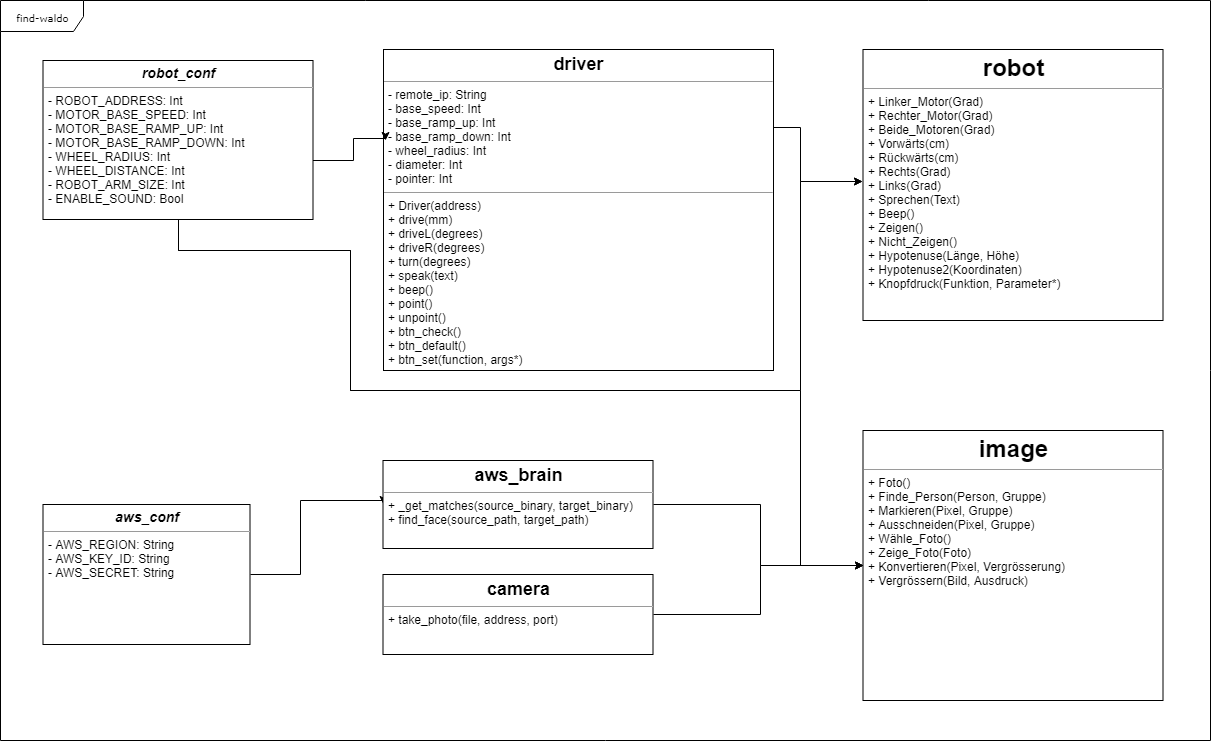
Before: docs/uml.png, a diagram exported from draw.io (clragon/find-waldo). Source tidied: cells renumbered, new cells last; positions are measured from the earlier drawing's top-left corner, leaving out a move shared by most shapes.
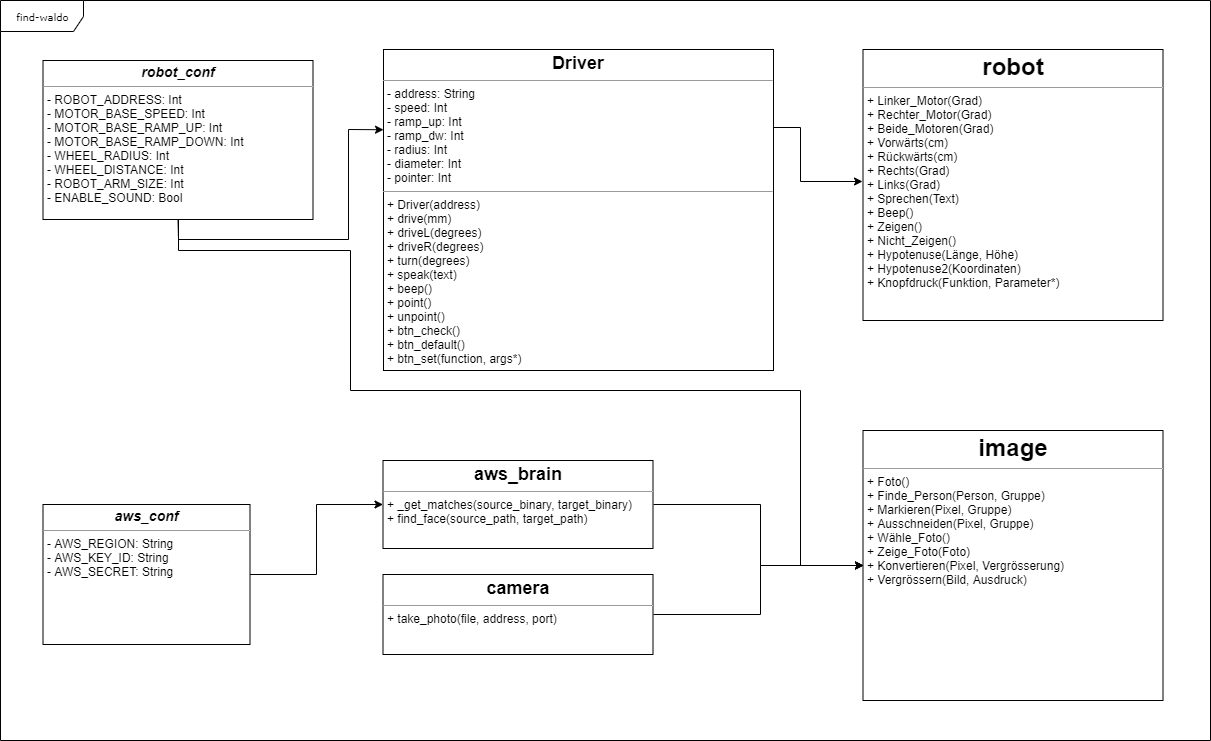
The same diagram one commit later.

What changed in the source:
```diff
@@ -19,14 +19,8 @@
     <mxCell id="5" value="&lt;h2 style=&quot;margin: 0px ; margin-top: 4px ; text-align: center&quot;&gt;&lt;b&gt;camera&lt;/b&gt;&lt;/h2&gt;&lt;hr size=&quot;1&quot;&gt;&lt;p style=&quot;margin: 0px ; margin-left: 4px&quot;&gt;+ take_photo(file, address, port)&lt;br&gt;&lt;/p&gt;" style="verticalAlign=top;align=left;overflow=fill;fontSize=12;fontFamily=Helvetica;html=1;rounded=0;shadow=0;comic=0;labelBackgroundColor=none;strokeColor=#000000;strokeWidth=1;fillColor=#ffffff;" parent="1" vertex="1">
       <mxGeometry x="382.5" y="574" width="270" height="80" as="geometry" />
     </mxCell>
-    <mxCell id="6" style="edgeStyle=orthogonalEdgeStyle;rounded=0;jettySize=auto;html=1;exitX=1;exitY=0.5;exitDx=0;exitDy=0;entryX=0;entryY=0.5;entryDx=0;entryDy=0;" parent="1" edge="1" source="7" target="9">
-      <mxGeometry relative="1" as="geometry">
-        <Array as="points">
-          <mxPoint x="300" y="574" />
-          <mxPoint x="300" y="500" />
-          <mxPoint x="383" y="500" />
-        </Array>
-      </mxGeometry>
+    <mxCell id="6" style="edgeStyle=orthogonalEdgeStyle;rounded=0;jettySize=auto;html=1;entryX=0;entryY=0.5;entryDx=0;entryDy=0;" parent="1" edge="1" source="7" target="9">
+      <mxGeometry relative="1" as="geometry" />
     </mxCell>
     <mxCell id="7" value="&lt;h3 style=&quot;margin: 0px ; margin-top: 4px ; text-align: center&quot;&gt;&lt;i&gt;&lt;b&gt;aws_conf&lt;/b&gt;&lt;/i&gt;&lt;/h3&gt;&lt;hr size=&quot;1&quot;&gt;&lt;p style=&quot;margin: 0px ; margin-left: 4px&quot;&gt;- AWS_REGION: String&lt;/p&gt;&lt;p style=&quot;margin: 0px ; margin-left: 4px&quot;&gt;- AWS_KEY_ID: String&lt;/p&gt;&lt;p style=&quot;margin: 0px ; margin-left: 4px&quot;&gt;- AWS_SECRET: String&lt;/p&gt;&lt;p style=&quot;margin: 0px ; margin-left: 4px&quot;&gt;&lt;br&gt;&lt;/p&gt;" style="verticalAlign=top;align=left;overflow=fill;fontSize=12;fontFamily=Helvetica;html=1;rounded=0;shadow=0;comic=0;labelBackgroundColor=none;strokeColor=#000000;strokeWidth=1;fillColor=#ffffff;" parent="1" vertex="1">
       <mxGeometry x="42.5" y="504" width="207" height="140" as="geometry" />
@@ -50,29 +44,12 @@
         </Array>
       </mxGeometry>
     </mxCell>
-    <mxCell id="11" value="&lt;h2 style=&quot;margin: 0px ; margin-top: 4px ; text-align: center&quot;&gt;&lt;b&gt;driver&lt;/b&gt;&lt;/h2&gt;&lt;hr size=&quot;1&quot;&gt;&lt;p style=&quot;margin: 0px ; margin-left: 4px&quot;&gt;- remote_ip: String&lt;br&gt;- base_speed: Int&lt;/p&gt;&lt;p style=&quot;margin: 0px ; margin-left: 4px&quot;&gt;- base_ramp_up: Int&lt;/p&gt;&lt;p style=&quot;margin: 0px ; margin-left: 4px&quot;&gt;- base_ramp_down: Int&lt;/p&gt;&lt;p style=&quot;margin: 0px ; margin-left: 4px&quot;&gt;- wheel_radius: Int&lt;/p&gt;&lt;p style=&quot;margin: 0px ; margin-left: 4px&quot;&gt;- diameter: Int&lt;/p&gt;&lt;p style=&quot;margin: 0px ; margin-left: 4px&quot;&gt;- pointer: Int&lt;/p&gt;&lt;hr size=&quot;1&quot;&gt;&lt;p style=&quot;margin: 0px ; margin-left: 4px&quot;&gt;+ Driver(address)&lt;/p&gt;&lt;p style=&quot;margin: 0px ; margin-left: 4px&quot;&gt;+&lt;span&gt;&amp;nbsp;&lt;/span&gt;&lt;span&gt;drive(mm)&lt;/span&gt;&lt;/p&gt;&lt;p style=&quot;margin: 0px ; margin-left: 4px&quot;&gt;+ driveL(degrees)&lt;/p&gt;&lt;p style=&quot;margin: 0px ; margin-left: 4px&quot;&gt;+ driveR(degrees)&lt;/p&gt;&lt;p style=&quot;margin: 0px ; margin-left: 4px&quot;&gt;+ turn(degrees)&lt;/p&gt;&lt;p style=&quot;margin: 0px ; margin-left: 4px&quot;&gt;+ speak(text)&lt;/p&gt;&lt;p style=&quot;margin: 0px ; margin-left: 4px&quot;&gt;+ beep()&lt;/p&gt;&lt;p style=&quot;margin: 0px ; margin-left: 4px&quot;&gt;+ point()&lt;/p&gt;&lt;p style=&quot;margin: 0px ; margin-left: 4px&quot;&gt;+ unpoint()&lt;/p&gt;&lt;p style=&quot;margin: 0px ; margin-left: 4px&quot;&gt;+ btn_check()&lt;/p&gt;&lt;p style=&quot;margin: 0px ; margin-left: 4px&quot;&gt;+ btn_default()&lt;/p&gt;&lt;p style=&quot;margin: 0px ; margin-left: 4px&quot;&gt;+ btn_set(function, args*)&lt;/p&gt;" style="verticalAlign=top;align=left;overflow=fill;fontSize=12;fontFamily=Helvetica;html=1;rounded=0;shadow=0;comic=0;labelBackgroundColor=none;strokeColor=#000000;strokeWidth=1;fillColor=#ffffff;" parent="1" vertex="1">
+    <mxCell id="11" value="&lt;h2 style=&quot;margin: 0px ; margin-top: 4px ; text-align: center&quot;&gt;&lt;b&gt;Driver&lt;/b&gt;&lt;/h2&gt;&lt;hr size=&quot;1&quot;&gt;&lt;p style=&quot;margin: 0px ; margin-left: 4px&quot;&gt;- address: String&lt;br&gt;- speed: Int&lt;/p&gt;&lt;p style=&quot;margin: 0px ; margin-left: 4px&quot;&gt;- ramp_up: Int&lt;/p&gt;&lt;p style=&quot;margin: 0px ; margin-left: 4px&quot;&gt;- ramp_dw: Int&lt;/p&gt;&lt;p style=&quot;margin: 0px ; margin-left: 4px&quot;&gt;- radius: Int&lt;/p&gt;&lt;p style=&quot;margin: 0px ; margin-left: 4px&quot;&gt;- diameter: Int&lt;/p&gt;&lt;p style=&quot;margin: 0px ; margin-left: 4px&quot;&gt;- pointer: Int&lt;/p&gt;&lt;hr size=&quot;1&quot;&gt;&lt;p style=&quot;margin: 0px ; margin-left: 4px&quot;&gt;+ Driver(address)&lt;/p&gt;&lt;p style=&quot;margin: 0px ; margin-left: 4px&quot;&gt;+&lt;span&gt;&amp;nbsp;&lt;/span&gt;&lt;span&gt;drive(mm)&lt;/span&gt;&lt;/p&gt;&lt;p style=&quot;margin: 0px ; margin-left: 4px&quot;&gt;+ driveL(degrees)&lt;/p&gt;&lt;p style=&quot;margin: 0px ; margin-left: 4px&quot;&gt;+ driveR(degrees)&lt;/p&gt;&lt;p style=&quot;margin: 0px ; margin-left: 4px&quot;&gt;+ turn(degrees)&lt;/p&gt;&lt;p style=&quot;margin: 0px ; margin-left: 4px&quot;&gt;+ speak(text)&lt;/p&gt;&lt;p style=&quot;margin: 0px ; margin-left: 4px&quot;&gt;+ beep()&lt;/p&gt;&lt;p style=&quot;margin: 0px ; margin-left: 4px&quot;&gt;+ point()&lt;/p&gt;&lt;p style=&quot;margin: 0px ; margin-left: 4px&quot;&gt;+ unpoint()&lt;/p&gt;&lt;p style=&quot;margin: 0px ; margin-left: 4px&quot;&gt;+ btn_check()&lt;/p&gt;&lt;p style=&quot;margin: 0px ; margin-left: 4px&quot;&gt;+ btn_default()&lt;/p&gt;&lt;p style=&quot;margin: 0px ; margin-left: 4px&quot;&gt;+ btn_set(function, args*)&lt;/p&gt;" style="verticalAlign=top;align=left;overflow=fill;fontSize=12;fontFamily=Helvetica;html=1;rounded=0;shadow=0;comic=0;labelBackgroundColor=none;strokeColor=#000000;strokeWidth=1;fillColor=#ffffff;" parent="1" vertex="1">
       <mxGeometry x="383" y="49" width="390" height="321" as="geometry" />
     </mxCell>
-    <mxCell id="12" style="edgeStyle=orthogonalEdgeStyle;rounded=0;jettySize=auto;html=1;exitX=0.5;exitY=1;exitDx=0;exitDy=0;entryX=0.005;entryY=0.284;entryDx=0;entryDy=0;entryPerimeter=0;" parent="1" edge="1" source="15" target="11">
-      <mxGeometry relative="1" as="geometry">
-        <Array as="points">
-          <mxPoint x="177.5" y="160" />
-          <mxPoint x="352.5" y="160" />
-          <mxPoint x="352.5" y="138" />
-        </Array>
-      </mxGeometry>
+    <mxCell id="12" style="edgeStyle=orthogonalEdgeStyle;rounded=0;jettySize=auto;html=1;exitX=0.5;exitY=1;exitDx=0;exitDy=0;entryX=0;entryY=0.25;entryDx=0;entryDy=0;" parent="1" edge="1" source="15" target="11">
+      <mxGeometry relative="1" as="geometry" />
     </mxCell>
-    <mxCell id="13" style="edgeStyle=orthogonalEdgeStyle;rounded=0;jettySize=auto;html=1;exitX=0.5;exitY=1;exitDx=0;exitDy=0;entryX=-0.002;entryY=0.487;entryDx=0;entryDy=0;entryPerimeter=0;" parent="1" edge="1" source="15" target="16">
-      <mxGeometry relative="1" as="geometry">
-        <Array as="points">
-          <mxPoint x="178" y="250" />
-          <mxPoint x="350" y="250" />
-          <mxPoint x="350" y="390" />
-          <mxPoint x="800" y="390" />
-          <mxPoint x="800" y="181" />
-        </Array>
-      </mxGeometry>
-    </mxCell>
     <mxCell id="14" style="edgeStyle=orthogonalEdgeStyle;rounded=0;jettySize=auto;html=1;exitX=0.5;exitY=1;exitDx=0;exitDy=0;entryX=0;entryY=0.5;entryDx=0;entryDy=0;" parent="1" edge="1" source="15" target="3">
       <mxGeometry relative="1" as="geometry">
         <Array as="points">
```
